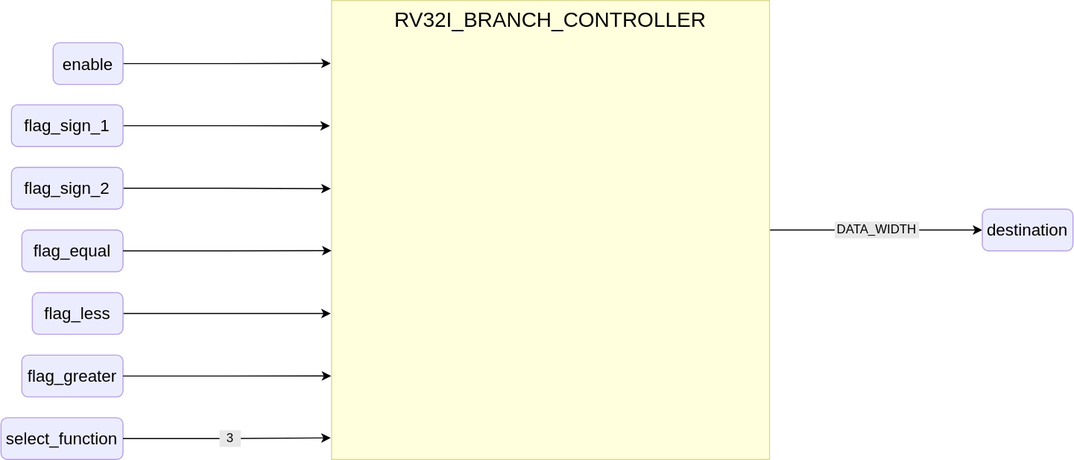
insper-riscv/core keeps this draw.io diagram as docs/public/images/reference/report_components/rv32i_branch_controller.drawio.svg. Above is the earlier version. Source tidied: cells renumbered, new cells last; positions are measured from the earlier drawing's top-left corner, leaving out a move shared by most shapes. The source it was exported from:
```xml
<mxGraphModel>
  <root>
    <mxCell id="0" />
    <mxCell id="1" parent="0" />
    <mxCell id="2" style="edgeStyle=orthogonalEdgeStyle;rounded=0;jettySize=auto;html=1;entryX=0;entryY=0.5;entryDx=0;entryDy=0;" parent="1" edge="1" source="3" target="8">
      <mxGeometry relative="1" as="geometry" />
    </mxCell>
    <mxCell id="3" value="RV32I_BRANCH_CONTROLLER" style="rounded=0;whiteSpace=wrap;html=1;fillColor=#ffffde;strokeColor=#dada94;verticalAlign=top;fontSize=20;" parent="1" vertex="1">
      <mxGeometry x="317" width="420" height="440" as="geometry" />
    </mxCell>
    <mxCell id="4" style="edgeStyle=orthogonalEdgeStyle;rounded=0;jettySize=auto;html=1;entryX=-0.002;entryY=0.137;entryDx=0;entryDy=0;strokeWidth=1;entryPerimeter=0;" parent="1" edge="1" source="5" target="3">
      <mxGeometry relative="1" as="geometry" />
    </mxCell>
    <mxCell id="5" value="enable" style="rounded=1;whiteSpace=wrap;html=1;fillColor=#ececff;strokeColor=#b59fe2;fontSize=16;" parent="1" vertex="1">
      <mxGeometry x="50" y="40.5" width="67" height="40" as="geometry" />
    </mxCell>
    <mxCell id="6" style="edgeStyle=orthogonalEdgeStyle;rounded=0;jettySize=auto;html=1;entryX=-0.004;entryY=0.273;entryDx=0;entryDy=0;entryPerimeter=0;" parent="1" edge="1" source="7" target="3">
      <mxGeometry relative="1" as="geometry" />
    </mxCell>
    <mxCell id="7" value="flag_sign_1" style="rounded=1;whiteSpace=wrap;html=1;fillColor=#ececff;strokeColor=#b59fe2;fontSize=16;" parent="1" vertex="1">
      <mxGeometry x="10" y="100" width="107" height="40" as="geometry" />
    </mxCell>
    <mxCell id="8" value="destination" style="rounded=1;whiteSpace=wrap;html=1;fillColor=#ececff;strokeColor=#b59fe2;fontSize=16;" parent="1" vertex="1">
      <mxGeometry x="941" y="200" width="87" height="40" as="geometry" />
    </mxCell>
    <mxCell id="9" value="DATA_WIDTH" style="rounded=0;whiteSpace=wrap;html=1;fillColor=#e8e8e8;strokeColor=#e8e8e8;" parent="1" vertex="1">
      <mxGeometry x="800" y="212.5" width="80" height="15" as="geometry" />
    </mxCell>
    <mxCell id="10" style="edgeStyle=orthogonalEdgeStyle;rounded=0;jettySize=auto;html=1;entryX=-0.002;entryY=0.41;entryDx=0;entryDy=0;entryPerimeter=0;" parent="1" edge="1" source="11" target="3">
      <mxGeometry relative="1" as="geometry" />
    </mxCell>
    <mxCell id="11" value="flag_sign_2" style="rounded=1;whiteSpace=wrap;html=1;fillColor=#ececff;strokeColor=#b59fe2;fontSize=16;" parent="1" vertex="1">
      <mxGeometry x="10" y="160" width="107" height="40" as="geometry" />
    </mxCell>
    <mxCell id="12" value="flag_equal" style="rounded=1;whiteSpace=wrap;html=1;fillColor=#ececff;strokeColor=#b59fe2;fontSize=16;" parent="1" vertex="1">
      <mxGeometry x="20" y="220" width="97" height="40" as="geometry" />
    </mxCell>
    <mxCell id="13" style="edgeStyle=orthogonalEdgeStyle;rounded=0;jettySize=auto;html=1;entryX=0;entryY=0.545;entryDx=0;entryDy=0;entryPerimeter=0;" parent="1" edge="1" source="12" target="3">
      <mxGeometry relative="1" as="geometry" />
    </mxCell>
    <mxCell id="14" style="edgeStyle=orthogonalEdgeStyle;rounded=0;jettySize=auto;html=1;entryX=-0.002;entryY=0.682;entryDx=0;entryDy=0;entryPerimeter=0;" parent="1" edge="1" source="15" target="3">
      <mxGeometry relative="1" as="geometry" />
    </mxCell>
    <mxCell id="15" value="flag_less" style="rounded=1;whiteSpace=wrap;html=1;fillColor=#ececff;strokeColor=#b59fe2;fontSize=16;" parent="1" vertex="1">
      <mxGeometry x="30" y="280" width="87" height="40" as="geometry" />
    </mxCell>
    <mxCell id="16" value="flag_greater" style="rounded=1;whiteSpace=wrap;html=1;fillColor=#ececff;strokeColor=#b59fe2;fontSize=16;" parent="1" vertex="1">
      <mxGeometry x="20" y="340" width="97" height="40" as="geometry" />
    </mxCell>
    <mxCell id="17" style="edgeStyle=orthogonalEdgeStyle;rounded=0;jettySize=auto;html=1;entryX=-0.001;entryY=0.818;entryDx=0;entryDy=0;entryPerimeter=0;" parent="1" edge="1" source="16" target="3">
      <mxGeometry relative="1" as="geometry" />
    </mxCell>
    <mxCell id="18" value="select_function" style="rounded=1;whiteSpace=wrap;html=1;fillColor=#ececff;strokeColor=#b59fe2;fontSize=16;" parent="1" vertex="1">
      <mxGeometry y="400" width="117" height="40" as="geometry" />
    </mxCell>
    <mxCell id="19" style="edgeStyle=orthogonalEdgeStyle;rounded=0;jettySize=auto;html=1;entryX=-0.002;entryY=0.953;entryDx=0;entryDy=0;entryPerimeter=0;" parent="1" edge="1" source="18" target="3">
      <mxGeometry relative="1" as="geometry" />
    </mxCell>
    <mxCell id="20" value="3" style="rounded=0;whiteSpace=wrap;html=1;fillColor=#e8e8e8;strokeColor=#e8e8e8;" parent="1" vertex="1">
      <mxGeometry x="210" y="412.5" width="19.5" height="15" as="geometry" />
    </mxCell>
  </root>
</mxGraphModel>
```
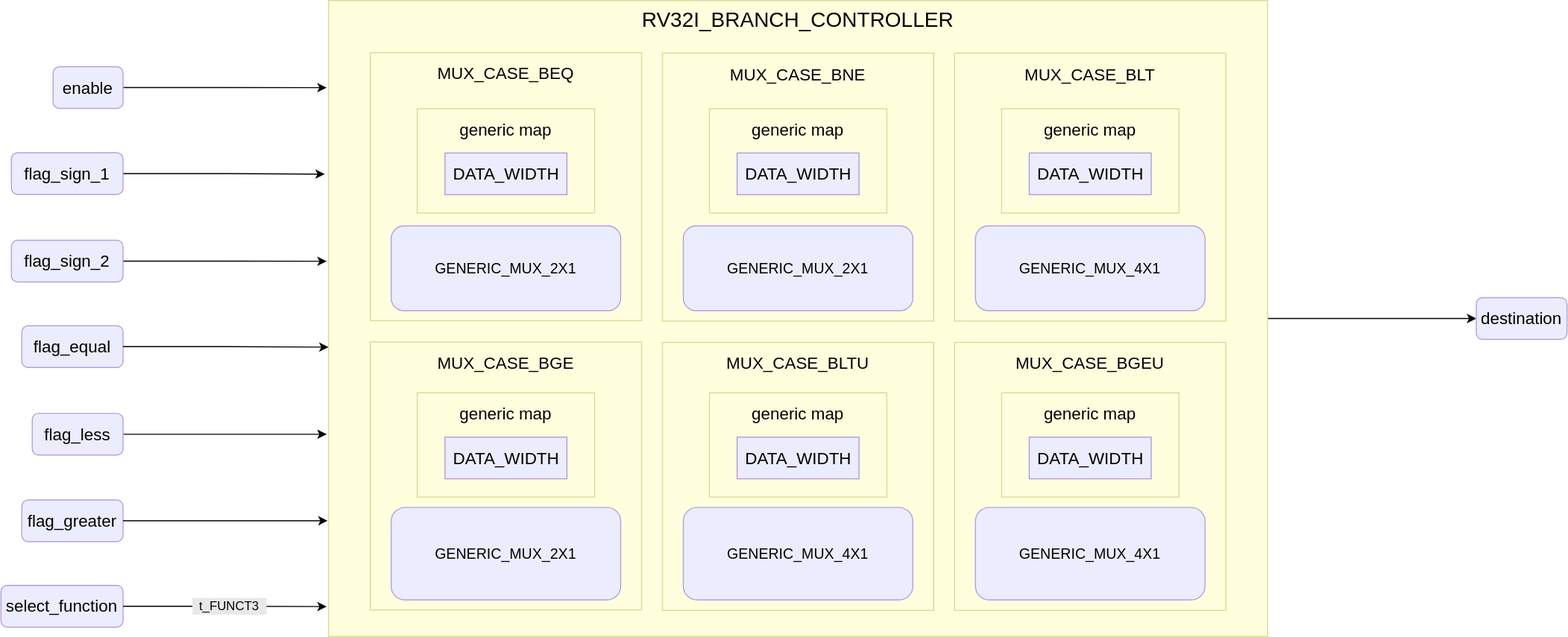
After the change.

Diff of the diagram source:
```diff
@@ -6,34 +6,31 @@
       <mxGeometry relative="1" as="geometry" />
     </mxCell>
     <mxCell id="3" value="RV32I_BRANCH_CONTROLLER" style="rounded=0;whiteSpace=wrap;html=1;fillColor=#ffffde;strokeColor=#dada94;verticalAlign=top;fontSize=20;" parent="1" vertex="1">
-      <mxGeometry x="317" width="420" height="440" as="geometry" />
+      <mxGeometry x="154" y="10" width="900" height="610" as="geometry" />
     </mxCell>
     <mxCell id="4" style="edgeStyle=orthogonalEdgeStyle;rounded=0;jettySize=auto;html=1;entryX=-0.002;entryY=0.137;entryDx=0;entryDy=0;strokeWidth=1;entryPerimeter=0;" parent="1" edge="1" source="5" target="3">
       <mxGeometry relative="1" as="geometry" />
     </mxCell>
     <mxCell id="5" value="enable" style="rounded=1;whiteSpace=wrap;html=1;fillColor=#ececff;strokeColor=#b59fe2;fontSize=16;" parent="1" vertex="1">
-      <mxGeometry x="50" y="40.5" width="67" height="40" as="geometry" />
+      <mxGeometry x="-110" y="73.5" width="67" height="40" as="geometry" />
     </mxCell>
     <mxCell id="6" style="edgeStyle=orthogonalEdgeStyle;rounded=0;jettySize=auto;html=1;entryX=-0.004;entryY=0.273;entryDx=0;entryDy=0;entryPerimeter=0;" parent="1" edge="1" source="7" target="3">
       <mxGeometry relative="1" as="geometry" />
     </mxCell>
     <mxCell id="7" value="flag_sign_1" style="rounded=1;whiteSpace=wrap;html=1;fillColor=#ececff;strokeColor=#b59fe2;fontSize=16;" parent="1" vertex="1">
-      <mxGeometry x="10" y="100" width="107" height="40" as="geometry" />
+      <mxGeometry x="-150" y="156" width="107" height="40" as="geometry" />
     </mxCell>
     <mxCell id="8" value="destination" style="rounded=1;whiteSpace=wrap;html=1;fillColor=#ececff;strokeColor=#b59fe2;fontSize=16;" parent="1" vertex="1">
-      <mxGeometry x="941" y="200" width="87" height="40" as="geometry" />
+      <mxGeometry x="1254" y="295" width="87" height="40" as="geometry" />
     </mxCell>
-    <mxCell id="9" value="DATA_WIDTH" style="rounded=0;whiteSpace=wrap;html=1;fillColor=#e8e8e8;strokeColor=#e8e8e8;" parent="1" vertex="1">
-      <mxGeometry x="800" y="212.5" width="80" height="15" as="geometry" />
-    </mxCell>
     <mxCell id="10" style="edgeStyle=orthogonalEdgeStyle;rounded=0;jettySize=auto;html=1;entryX=-0.002;entryY=0.41;entryDx=0;entryDy=0;entryPerimeter=0;" parent="1" edge="1" source="11" target="3">
       <mxGeometry relative="1" as="geometry" />
     </mxCell>
     <mxCell id="11" value="flag_sign_2" style="rounded=1;whiteSpace=wrap;html=1;fillColor=#ececff;strokeColor=#b59fe2;fontSize=16;" parent="1" vertex="1">
-      <mxGeometry x="10" y="160" width="107" height="40" as="geometry" />
+      <mxGeometry x="-150" y="240" width="107" height="40" as="geometry" />
     </mxCell>
     <mxCell id="12" value="flag_equal" style="rounded=1;whiteSpace=wrap;html=1;fillColor=#ececff;strokeColor=#b59fe2;fontSize=16;" parent="1" vertex="1">
-      <mxGeometry x="20" y="220" width="97" height="40" as="geometry" />
+      <mxGeometry x="-140" y="322" width="97" height="40" as="geometry" />
     </mxCell>
     <mxCell id="13" style="edgeStyle=orthogonalEdgeStyle;rounded=0;jettySize=auto;html=1;entryX=0;entryY=0.545;entryDx=0;entryDy=0;entryPerimeter=0;" parent="1" edge="1" source="12" target="3">
       <mxGeometry relative="1" as="geometry" />
@@ -42,22 +39,94 @@
       <mxGeometry relative="1" as="geometry" />
     </mxCell>
     <mxCell id="15" value="flag_less" style="rounded=1;whiteSpace=wrap;html=1;fillColor=#ececff;strokeColor=#b59fe2;fontSize=16;" parent="1" vertex="1">
-      <mxGeometry x="30" y="280" width="87" height="40" as="geometry" />
+      <mxGeometry x="-130" y="406" width="87" height="40" as="geometry" />
     </mxCell>
     <mxCell id="16" value="flag_greater" style="rounded=1;whiteSpace=wrap;html=1;fillColor=#ececff;strokeColor=#b59fe2;fontSize=16;" parent="1" vertex="1">
-      <mxGeometry x="20" y="340" width="97" height="40" as="geometry" />
+      <mxGeometry x="-140" y="489" width="97" height="40" as="geometry" />
     </mxCell>
     <mxCell id="17" style="edgeStyle=orthogonalEdgeStyle;rounded=0;jettySize=auto;html=1;entryX=-0.001;entryY=0.818;entryDx=0;entryDy=0;entryPerimeter=0;" parent="1" edge="1" source="16" target="3">
       <mxGeometry relative="1" as="geometry" />
     </mxCell>
     <mxCell id="18" value="select_function" style="rounded=1;whiteSpace=wrap;html=1;fillColor=#ececff;strokeColor=#b59fe2;fontSize=16;" parent="1" vertex="1">
-      <mxGeometry y="400" width="117" height="40" as="geometry" />
+      <mxGeometry x="-160" y="571" width="117" height="40" as="geometry" />
     </mxCell>
     <mxCell id="19" style="edgeStyle=orthogonalEdgeStyle;rounded=0;jettySize=auto;html=1;entryX=-0.002;entryY=0.953;entryDx=0;entryDy=0;entryPerimeter=0;" parent="1" edge="1" source="18" target="3">
       <mxGeometry relative="1" as="geometry" />
     </mxCell>
-    <mxCell id="20" value="3" style="rounded=0;whiteSpace=wrap;html=1;fillColor=#e8e8e8;strokeColor=#e8e8e8;" parent="1" vertex="1">
-      <mxGeometry x="210" y="412.5" width="19.5" height="15" as="geometry" />
+    <mxCell id="20" value="t_FUNCT3" style="rounded=0;whiteSpace=wrap;html=1;fillColor=#e8e8e8;strokeColor=#e8e8e8;" parent="1" vertex="1">
+      <mxGeometry x="24" y="583.5" width="70" height="15" as="geometry" />
     </mxCell>
+    <mxCell id="21" value="&lt;span style=&quot;font-size: 16px;&quot;&gt;MUX_CASE_BEQ&lt;/span&gt;" style="rounded=0;whiteSpace=wrap;html=1;fillColor=#ffffde;strokeColor=#dada94;verticalAlign=top;fontSize=20;" parent="1" vertex="1">
+      <mxGeometry x="194" y="60" width="260" height="257" as="geometry" />
+    </mxCell>
+    <mxCell id="22" value="&lt;span style=&quot;font-size: 16px;&quot;&gt;MUX_CASE_BNE&lt;/span&gt;" style="rounded=0;whiteSpace=wrap;html=1;fillColor=#ffffde;strokeColor=#dada94;verticalAlign=top;fontSize=20;" parent="1" vertex="1">
+      <mxGeometry x="474" y="60.5" width="260" height="257" as="geometry" />
+    </mxCell>
+    <mxCell id="23" value="GENERIC_MUX_2X1" style="rounded=1;whiteSpace=wrap;html=1;fillColor=#ececff;strokeColor=#b59fe2;fontSize=14;" parent="1" vertex="1">
+      <mxGeometry x="494" y="226.2" width="220" height="81.2" as="geometry" />
+    </mxCell>
+    <mxCell id="24" value="&lt;span style=&quot;font-size: 16px;&quot;&gt;MUX_CASE_BLT&lt;/span&gt;" style="rounded=0;whiteSpace=wrap;html=1;fillColor=#ffffde;strokeColor=#dada94;verticalAlign=top;fontSize=20;" parent="1" vertex="1">
+      <mxGeometry x="754" y="60.5" width="260" height="257" as="geometry" />
+    </mxCell>
+    <mxCell id="25" value="GENERIC_MUX_4X1" style="rounded=1;whiteSpace=wrap;html=1;fillColor=#ececff;strokeColor=#b59fe2;fontSize=14;" parent="1" vertex="1">
+      <mxGeometry x="774" y="226.2" width="220" height="81.2" as="geometry" />
+    </mxCell>
+    <mxCell id="26" value="GENERIC_MUX_2X1" style="rounded=1;whiteSpace=wrap;html=1;fillColor=#ececff;strokeColor=#b59fe2;fontSize=14;" parent="1" vertex="1">
+      <mxGeometry x="214" y="226.2" width="220" height="81.2" as="geometry" />
+    </mxCell>
+    <mxCell id="27" value="&lt;span style=&quot;font-size: 16px;&quot;&gt;MUX_CASE_BGE&lt;/span&gt;" style="rounded=0;whiteSpace=wrap;html=1;fillColor=#ffffde;strokeColor=#dada94;verticalAlign=top;fontSize=20;" parent="1" vertex="1">
+      <mxGeometry x="194" y="337.5" width="260" height="257" as="geometry" />
+    </mxCell>
+    <mxCell id="28" value="&lt;span style=&quot;font-size: 16px;&quot;&gt;MUX_CASE_BLT&lt;/span&gt;&lt;span style=&quot;font-size: 16px;&quot;&gt;U&lt;/span&gt;" style="rounded=0;whiteSpace=wrap;html=1;fillColor=#ffffde;strokeColor=#dada94;verticalAlign=top;fontSize=20;" parent="1" vertex="1">
+      <mxGeometry x="474" y="338" width="260" height="257" as="geometry" />
+    </mxCell>
+    <mxCell id="29" value="GENERIC_MUX_4X1" style="rounded=1;whiteSpace=wrap;html=1;fillColor=#ececff;strokeColor=#b59fe2;fontSize=14;" parent="1" vertex="1">
+      <mxGeometry x="494" y="496.2" width="220" height="88.8" as="geometry" />
+    </mxCell>
+    <mxCell id="30" value="&lt;span style=&quot;font-size: 16px;&quot;&gt;MUX_CASE_BGEU&lt;/span&gt;" style="rounded=0;whiteSpace=wrap;html=1;fillColor=#ffffde;strokeColor=#dada94;verticalAlign=top;fontSize=20;" parent="1" vertex="1">
+      <mxGeometry x="754" y="338" width="260" height="257" as="geometry" />
+    </mxCell>
+    <mxCell id="31" value="GENERIC_MUX_4X1" style="rounded=1;whiteSpace=wrap;html=1;fillColor=#ececff;strokeColor=#b59fe2;fontSize=14;" parent="1" vertex="1">
+      <mxGeometry x="774" y="496.2" width="220" height="88.8" as="geometry" />
+    </mxCell>
+    <mxCell id="32" value="GENERIC_MUX_2X1" style="rounded=1;whiteSpace=wrap;html=1;fillColor=#ececff;strokeColor=#b59fe2;fontSize=14;" parent="1" vertex="1">
+      <mxGeometry x="214" y="496.2" width="220" height="88.8" as="geometry" />
+    </mxCell>
+    <mxCell id="33" value="&lt;span style=&quot;font-size: 16px;&quot;&gt;generic map&lt;/span&gt;" style="rounded=0;whiteSpace=wrap;html=1;fillColor=#ffffde;strokeColor=#dada94;verticalAlign=top;fontSize=20;" parent="1" vertex="1">
+      <mxGeometry x="239" y="113.8" width="170" height="100" as="geometry" />
+    </mxCell>
+    <mxCell id="34" value="DATA_WIDTH" style="rounded=0;whiteSpace=wrap;html=1;fillColor=#ececff;strokeColor=#b29ae1;fontSize=16;" parent="1" vertex="1">
+      <mxGeometry x="265.6" y="156.2" width="116.9" height="40" as="geometry" />
+    </mxCell>
+    <mxCell id="35" value="&lt;span style=&quot;font-size: 16px;&quot;&gt;generic map&lt;/span&gt;" style="rounded=0;whiteSpace=wrap;html=1;fillColor=#ffffde;strokeColor=#dada94;verticalAlign=top;fontSize=20;" parent="1" vertex="1">
+      <mxGeometry x="519" y="113.8" width="170" height="100" as="geometry" />
+    </mxCell>
+    <mxCell id="36" value="DATA_WIDTH" style="rounded=0;whiteSpace=wrap;html=1;fillColor=#ececff;strokeColor=#b29ae1;fontSize=16;" parent="1" vertex="1">
+      <mxGeometry x="545.6" y="156.2" width="116.9" height="40" as="geometry" />
+    </mxCell>
+    <mxCell id="37" value="&lt;span style=&quot;font-size: 16px;&quot;&gt;generic map&lt;/span&gt;" style="rounded=0;whiteSpace=wrap;html=1;fillColor=#ffffde;strokeColor=#dada94;verticalAlign=top;fontSize=20;" parent="1" vertex="1">
+      <mxGeometry x="799" y="113.8" width="170" height="100" as="geometry" />
+    </mxCell>
+    <mxCell id="38" value="DATA_WIDTH" style="rounded=0;whiteSpace=wrap;html=1;fillColor=#ececff;strokeColor=#b29ae1;fontSize=16;" parent="1" vertex="1">
+      <mxGeometry x="825.6" y="156.2" width="116.9" height="40" as="geometry" />
+    </mxCell>
+    <mxCell id="39" value="&lt;span style=&quot;font-size: 16px;&quot;&gt;generic map&lt;/span&gt;" style="rounded=0;whiteSpace=wrap;html=1;fillColor=#ffffde;strokeColor=#dada94;verticalAlign=top;fontSize=20;" parent="1" vertex="1">
+      <mxGeometry x="799" y="386.2" width="170" height="100" as="geometry" />
+    </mxCell>
+    <mxCell id="40" value="DATA_WIDTH" style="rounded=0;whiteSpace=wrap;html=1;fillColor=#ececff;strokeColor=#b29ae1;fontSize=16;" parent="1" vertex="1">
+      <mxGeometry x="825.6" y="428.8" width="116.9" height="40" as="geometry" />
+    </mxCell>
+    <mxCell id="41" value="&lt;span style=&quot;font-size: 16px;&quot;&gt;generic map&lt;/span&gt;" style="rounded=0;whiteSpace=wrap;html=1;fillColor=#ffffde;strokeColor=#dada94;verticalAlign=top;fontSize=20;" parent="1" vertex="1">
+      <mxGeometry x="519" y="386.2" width="170" height="100" as="geometry" />
+    </mxCell>
+    <mxCell id="42" value="DATA_WIDTH" style="rounded=0;whiteSpace=wrap;html=1;fillColor=#ececff;strokeColor=#b29ae1;fontSize=16;" parent="1" vertex="1">
+      <mxGeometry x="545.6" y="428.8" width="116.9" height="40" as="geometry" />
+    </mxCell>
+    <mxCell id="43" value="&lt;span style=&quot;font-size: 16px;&quot;&gt;generic map&lt;/span&gt;" style="rounded=0;whiteSpace=wrap;html=1;fillColor=#ffffde;strokeColor=#dada94;verticalAlign=top;fontSize=20;" parent="1" vertex="1">
+      <mxGeometry x="239" y="386.2" width="170" height="100" as="geometry" />
+    </mxCell>
+    <mxCell id="44" value="DATA_WIDTH" style="rounded=0;whiteSpace=wrap;html=1;fillColor=#ececff;strokeColor=#b29ae1;fontSize=16;" parent="1" vertex="1">
+      <mxGeometry x="265.6" y="428.8" width="116.9" height="40" as="geometry" />
+    </mxCell>
   </root>
 </mxGraphModel>
```
